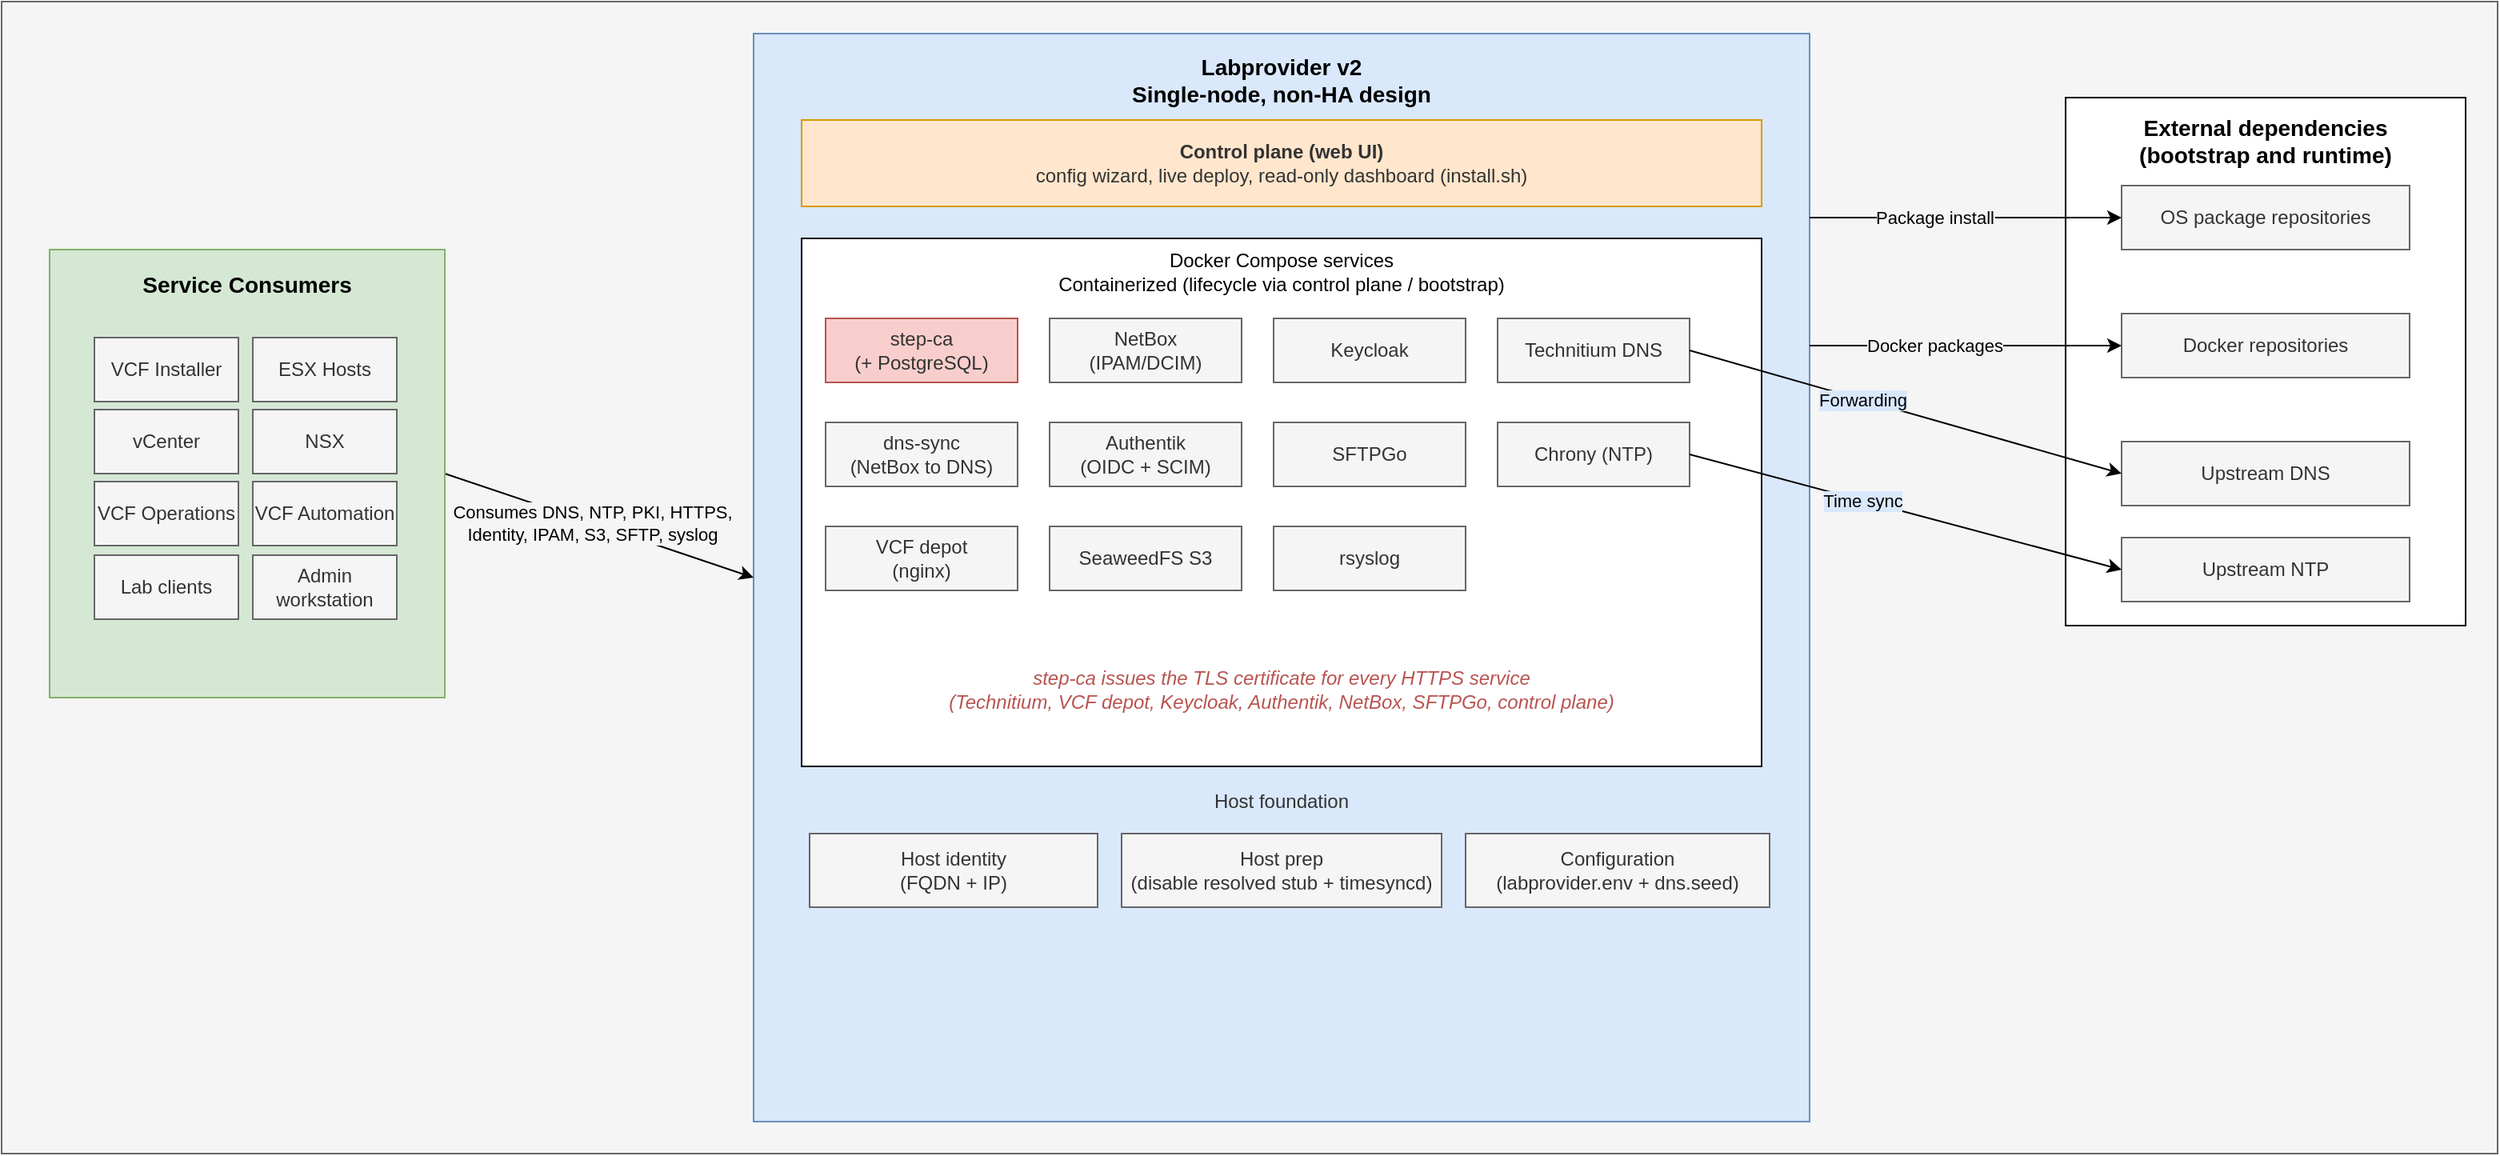
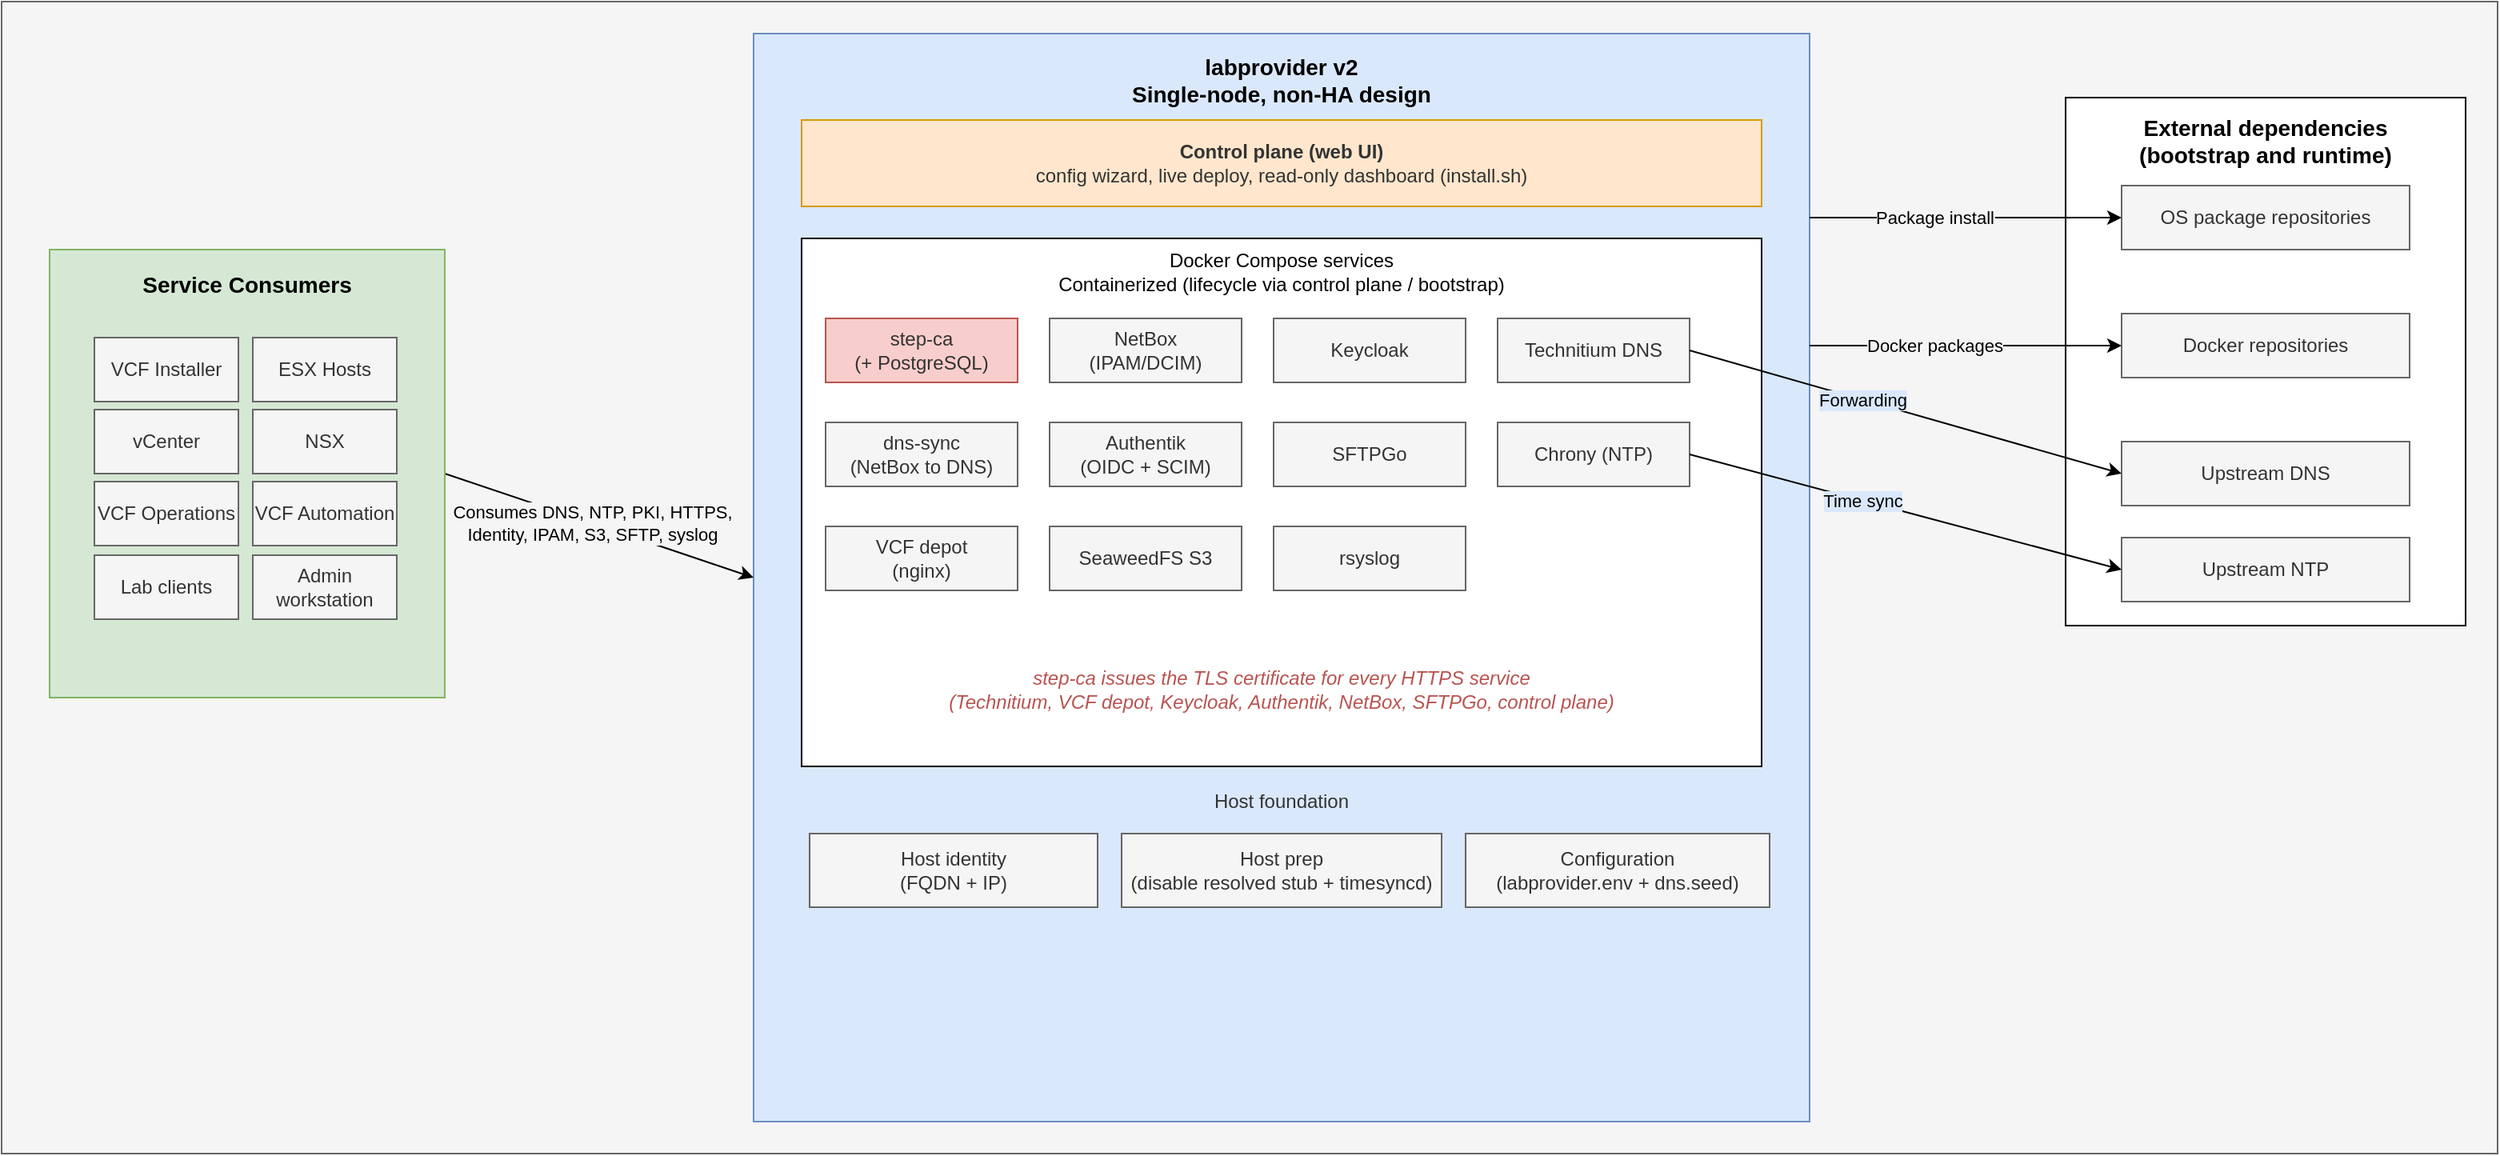
<mxfile host="Electron">
  <diagram name="Sida-1" id="G1gKY7pQrhSaXnUeVu2h">
    <mxGraphModel dx="1300" dy="1007" grid="1" gridSize="10" guides="1" tooltips="1" connect="1" arrows="1" fold="1" page="1" pageScale="1" pageWidth="827" pageHeight="1169" math="0" shadow="0">
      <root>
        <mxCell id="0" />
        <mxCell id="1" parent="0" />
        <mxCell id="bg" parent="1" style="rounded=0;whiteSpace=wrap;html=1;fillColor=#f5f5f5;strokeColor=#666666;fontColor=#333333;" value="" vertex="1">
          <mxGeometry height="720" width="1560" x="90" y="90" as="geometry" />
        </mxCell>
        <mxCell id="pb" parent="1" style="rounded=0;whiteSpace=wrap;html=1;fillColor=#dae8fc;strokeColor=#6c8ebf;" value="" vertex="1">
          <mxGeometry height="680" width="660" x="560" y="110" as="geometry" />
        </mxCell>
-         <mxCell id="pb-title" parent="1" style="text;html=1;whiteSpace=wrap;strokeColor=none;fillColor=none;align=center;verticalAlign=middle;rounded=0;" value="&lt;b&gt;&lt;font style=&quot;font-size: 14px;&quot;&gt;Labprovider v2&lt;br&gt;Single-node, non-HA design&lt;/font&gt;&lt;/b&gt;" vertex="1">
+         <mxCell id="pb-title" parent="1" style="text;html=1;whiteSpace=wrap;strokeColor=none;fillColor=none;align=center;verticalAlign=middle;rounded=0;" value="&lt;b&gt;&lt;font style=&quot;font-size: 14px;&quot;&gt;labprovider v2&lt;br&gt;Single-node, non-HA design&lt;/font&gt;&lt;/b&gt;" vertex="1">
          <mxGeometry height="34" width="220" x="780" y="122" as="geometry" />
        </mxCell>
        <mxCell id="cp" parent="1" style="rounded=0;whiteSpace=wrap;html=1;fillColor=#ffe6cc;strokeColor=#d79b00;fontColor=#333333;" value="&lt;b&gt;Control plane (web UI)&lt;/b&gt;&lt;br&gt;config wizard, live deploy, read-only dashboard (install.sh)" vertex="1">
          <mxGeometry height="54" width="600" x="590" y="164" as="geometry" />
        </mxCell>
        <mxCell id="svc-box" parent="1" style="rounded=0;whiteSpace=wrap;html=1;" value="" vertex="1">
          <mxGeometry height="330" width="600" x="590" y="238" as="geometry" />
        </mxCell>
        <mxCell id="svc-title" parent="1" style="text;html=1;whiteSpace=wrap;strokeColor=none;fillColor=none;align=center;verticalAlign=middle;rounded=0;" value="Docker Compose services&lt;br&gt;Containerized (lifecycle via control plane / bootstrap)" vertex="1">
          <mxGeometry height="30" width="320" x="730" y="244" as="geometry" />
        </mxCell>
        <mxCell id="s-stepca" parent="1" style="rounded=0;whiteSpace=wrap;html=1;fillColor=#f8cecc;strokeColor=#b85450;fontColor=#333333;" value="step-ca&lt;br&gt;(+ PostgreSQL)" vertex="1">
          <mxGeometry height="40" width="120" x="605" y="288" as="geometry" />
        </mxCell>
        <mxCell id="s-netbox" parent="1" style="rounded=0;whiteSpace=wrap;html=1;fillColor=#f5f5f5;fontColor=#333333;strokeColor=#666666;" value="NetBox&lt;br&gt;(IPAM/DCIM)" vertex="1">
          <mxGeometry height="40" width="120" x="745" y="288" as="geometry" />
        </mxCell>
        <mxCell id="s-keycloak" parent="1" style="rounded=0;whiteSpace=wrap;html=1;fillColor=#f5f5f5;fontColor=#333333;strokeColor=#666666;" value="Keycloak" vertex="1">
          <mxGeometry height="40" width="120" x="885" y="288" as="geometry" />
        </mxCell>
        <mxCell id="s-technitium" parent="1" style="rounded=0;whiteSpace=wrap;html=1;fillColor=#f5f5f5;fontColor=#333333;strokeColor=#666666;" value="Technitium DNS" vertex="1">
          <mxGeometry height="40" width="120" x="1025" y="288" as="geometry" />
        </mxCell>
        <mxCell id="s-dnssync" parent="1" style="rounded=0;whiteSpace=wrap;html=1;fillColor=#f5f5f5;fontColor=#333333;strokeColor=#666666;" value="dns-sync&lt;br&gt;(NetBox to DNS)" vertex="1">
          <mxGeometry height="40" width="120" x="605" y="353" as="geometry" />
        </mxCell>
        <mxCell id="s-authentik" parent="1" style="rounded=0;whiteSpace=wrap;html=1;fillColor=#f5f5f5;fontColor=#333333;strokeColor=#666666;" value="Authentik&lt;br&gt;(OIDC + SCIM)" vertex="1">
          <mxGeometry height="40" width="120" x="745" y="353" as="geometry" />
        </mxCell>
        <mxCell id="s-sftp" parent="1" style="rounded=0;whiteSpace=wrap;html=1;fillColor=#f5f5f5;fontColor=#333333;strokeColor=#666666;" value="SFTPGo" vertex="1">
          <mxGeometry height="40" width="120" x="885" y="353" as="geometry" />
        </mxCell>
        <mxCell id="s-chrony" parent="1" style="rounded=0;whiteSpace=wrap;html=1;fillColor=#f5f5f5;fontColor=#333333;strokeColor=#666666;" value="Chrony (NTP)" vertex="1">
          <mxGeometry height="40" width="120" x="1025" y="353" as="geometry" />
        </mxCell>
        <mxCell id="s-depot" parent="1" style="rounded=0;whiteSpace=wrap;html=1;fillColor=#f5f5f5;fontColor=#333333;strokeColor=#666666;" value="VCF depot&lt;br&gt;(nginx)" vertex="1">
          <mxGeometry height="40" width="120" x="605" y="418" as="geometry" />
        </mxCell>
        <mxCell id="s-s3" parent="1" style="rounded=0;whiteSpace=wrap;html=1;fillColor=#f5f5f5;fontColor=#333333;strokeColor=#666666;" value="SeaweedFS S3" vertex="1">
          <mxGeometry height="40" width="120" x="745" y="418" as="geometry" />
        </mxCell>
        <mxCell id="s-rsyslog" parent="1" style="rounded=0;whiteSpace=wrap;html=1;fillColor=#f5f5f5;fontColor=#333333;strokeColor=#666666;" value="rsyslog" vertex="1">
          <mxGeometry height="40" width="120" x="885" y="418" as="geometry" />
        </mxCell>
        <mxCell id="ca-note" parent="1" style="text;html=1;whiteSpace=wrap;strokeColor=none;fillColor=none;align=center;verticalAlign=middle;rounded=0;fontColor=#b85450;fontStyle=2;" value="step-ca issues the TLS certificate for every HTTPS service&lt;br&gt;(Technitium, VCF depot, Keycloak, Authentik, NetBox, SFTPGo, control plane)" vertex="1">
          <mxGeometry height="40" width="560" x="610" y="500" as="geometry" />
        </mxCell>
        <mxCell id="hf-title" parent="1" style="text;html=1;whiteSpace=wrap;strokeColor=none;fillColor=none;align=center;verticalAlign=middle;rounded=0;fontColor=#333333;" value="Host foundation" vertex="1">
          <mxGeometry height="20" width="160" x="810" y="580" as="geometry" />
        </mxCell>
        <mxCell id="hf-identity" parent="1" style="rounded=0;whiteSpace=wrap;html=1;fillColor=#f5f5f5;fontColor=#333333;strokeColor=#666666;" value="Host identity&lt;br&gt;(FQDN + IP)" vertex="1">
          <mxGeometry height="46" width="180" x="595" y="610" as="geometry" />
        </mxCell>
        <mxCell id="hf-prep" parent="1" style="rounded=0;whiteSpace=wrap;html=1;fillColor=#f5f5f5;fontColor=#333333;strokeColor=#666666;" value="Host prep&lt;br&gt;(disable resolved stub + timesyncd)" vertex="1">
          <mxGeometry height="46" width="200" x="790" y="610" as="geometry" />
        </mxCell>
        <mxCell id="hf-config" parent="1" style="rounded=0;whiteSpace=wrap;html=1;fillColor=#f5f5f5;fontColor=#333333;strokeColor=#666666;" value="Configuration&lt;br&gt;(labprovider.env + dns.seed)" vertex="1">
          <mxGeometry height="46" width="190" x="1005" y="610" as="geometry" />
        </mxCell>
        <mxCell id="ext-box" parent="1" style="rounded=0;whiteSpace=wrap;html=1;" value="" vertex="1">
          <mxGeometry height="330" width="250" x="1380" y="150" as="geometry" />
        </mxCell>
        <mxCell id="ext-title" parent="1" style="text;html=1;whiteSpace=wrap;strokeColor=none;fillColor=none;align=center;verticalAlign=middle;rounded=0;" value="&lt;b&gt;&lt;font style=&quot;font-size: 14px;&quot;&gt;External dependencies&lt;br&gt;(bootstrap and runtime)&lt;/font&gt;&lt;/b&gt;" vertex="1">
          <mxGeometry height="30" width="210" x="1400" y="162" as="geometry" />
        </mxCell>
        <mxCell id="ext-ospkg" parent="1" style="rounded=0;whiteSpace=wrap;html=1;fillColor=#f5f5f5;fontColor=#333333;strokeColor=#666666;" value="OS package repositories" vertex="1">
          <mxGeometry height="40" width="180" x="1415" y="205" as="geometry" />
        </mxCell>
        <mxCell id="ext-docker" parent="1" style="rounded=0;whiteSpace=wrap;html=1;fillColor=#f5f5f5;fontColor=#333333;strokeColor=#666666;" value="Docker repositories" vertex="1">
          <mxGeometry height="40" width="180" x="1415" y="285" as="geometry" />
        </mxCell>
        <mxCell id="ext-dns" parent="1" style="rounded=0;whiteSpace=wrap;html=1;fillColor=#f5f5f5;fontColor=#333333;strokeColor=#666666;" value="Upstream DNS" vertex="1">
          <mxGeometry height="40" width="180" x="1415" y="365" as="geometry" />
        </mxCell>
        <mxCell id="ext-ntp" parent="1" style="rounded=0;whiteSpace=wrap;html=1;fillColor=#f5f5f5;fontColor=#333333;strokeColor=#666666;" value="Upstream NTP" vertex="1">
          <mxGeometry height="40" width="180" x="1415" y="425" as="geometry" />
        </mxCell>
        <mxCell id="e-forward" edge="1" parent="1" source="s-technitium" target="ext-dns" style="endArrow=classic;html=1;rounded=0;exitX=1;exitY=0.5;exitDx=0;exitDy=0;entryX=0;entryY=0.5;entryDx=0;entryDy=0;" value="">
          <mxGeometry height="50" relative="1" width="50" as="geometry" />
        </mxCell>
        <mxCell id="e-forward-l" connectable="0" parent="e-forward" style="edgeLabel;html=1;align=center;verticalAlign=middle;resizable=0;points=[];labelBackgroundColor=#dae8fc;" value="Forwarding" vertex="1">
          <mxGeometry relative="1" x="-0.2" as="geometry">
            <mxPoint as="offset" />
          </mxGeometry>
        </mxCell>
        <mxCell id="e-timesync" edge="1" parent="1" source="s-chrony" target="ext-ntp" style="endArrow=classic;html=1;rounded=0;exitX=1;exitY=0.5;exitDx=0;exitDy=0;entryX=0;entryY=0.5;entryDx=0;entryDy=0;" value="">
          <mxGeometry height="50" relative="1" width="50" as="geometry" />
        </mxCell>
        <mxCell id="e-timesync-l" connectable="0" parent="e-timesync" style="edgeLabel;html=1;align=center;verticalAlign=middle;resizable=0;points=[];labelBackgroundColor=#dae8fc;" value="Time sync" vertex="1">
          <mxGeometry relative="1" x="-0.2" as="geometry">
            <mxPoint as="offset" />
          </mxGeometry>
        </mxCell>
        <mxCell id="e-pkg" edge="1" parent="1" target="ext-ospkg" style="endArrow=classic;html=1;rounded=0;entryX=0;entryY=0.5;entryDx=0;entryDy=0;" value="">
          <mxGeometry height="50" relative="1" width="50" as="geometry">
            <mxPoint x="1220" y="225" as="sourcePoint" />
          </mxGeometry>
        </mxCell>
        <mxCell id="e-pkg-l" connectable="0" parent="e-pkg" style="edgeLabel;html=1;align=center;verticalAlign=middle;resizable=0;points=[];labelBackgroundColor=#f5f5f5;" value="Package install" vertex="1">
          <mxGeometry relative="1" x="-0.2" as="geometry">
            <mxPoint as="offset" />
          </mxGeometry>
        </mxCell>
        <mxCell id="e-dockerpkg" edge="1" parent="1" target="ext-docker" style="endArrow=classic;html=1;rounded=0;entryX=0;entryY=0.5;entryDx=0;entryDy=0;" value="">
          <mxGeometry height="50" relative="1" width="50" as="geometry">
            <mxPoint x="1220" y="305" as="sourcePoint" />
          </mxGeometry>
        </mxCell>
        <mxCell id="e-dockerpkg-l" connectable="0" parent="e-dockerpkg" style="edgeLabel;html=1;align=center;verticalAlign=middle;resizable=0;points=[];labelBackgroundColor=#f5f5f5;" value="Docker packages" vertex="1">
          <mxGeometry relative="1" x="-0.2" as="geometry">
            <mxPoint as="offset" />
          </mxGeometry>
        </mxCell>
        <mxCell id="e-consume" edge="1" parent="1" source="sc-box" target="pb" style="endArrow=classic;html=1;rounded=0;exitX=1;exitY=0.5;exitDx=0;exitDy=0;entryX=0;entryY=0.5;entryDx=0;entryDy=0;" value="">
          <mxGeometry height="50" relative="1" width="50" as="geometry" />
        </mxCell>
        <mxCell id="e-consume-l" connectable="0" parent="e-consume" style="edgeLabel;html=1;align=center;verticalAlign=middle;resizable=0;points=[];labelBackgroundColor=#f5f5f5;" value="Consumes DNS, NTP, PKI, HTTPS,&lt;br&gt;Identity, IPAM, S3, SFTP, syslog" vertex="1">
          <mxGeometry relative="1" x="-0.05" y="-1" as="geometry">
            <mxPoint x="1" y="-1" as="offset" />
          </mxGeometry>
        </mxCell>
        <mxCell id="sc-group" parent="1" style="group" vertex="1" connectable="0">
          <mxGeometry height="280" width="247" x="120" y="245" as="geometry" />
        </mxCell>
        <mxCell id="sc-box" parent="sc-group" style="rounded=0;whiteSpace=wrap;html=1;fillColor=#d5e8d4;strokeColor=#82b366;" value="" vertex="1">
          <mxGeometry height="280" width="247" as="geometry" />
        </mxCell>
        <mxCell id="sc-title" parent="sc-group" style="text;html=1;whiteSpace=wrap;strokeColor=none;fillColor=none;align=center;verticalAlign=middle;rounded=0;" value="&lt;b&gt;&lt;font style=&quot;font-size: 14px;&quot;&gt;Service Consumers&lt;/font&gt;&lt;/b&gt;" vertex="1">
          <mxGeometry height="30" width="139" x="54" y="7" as="geometry" />
        </mxCell>
        <mxCell id="sc-vcfi" parent="sc-group" style="rounded=0;whiteSpace=wrap;html=1;fillColor=#f5f5f5;fontColor=#333333;strokeColor=#666666;" value="VCF Installer" vertex="1">
          <mxGeometry height="40" width="90" x="28" y="55" as="geometry" />
        </mxCell>
        <mxCell id="sc-esx" parent="sc-group" style="rounded=0;whiteSpace=wrap;html=1;fillColor=#f5f5f5;fontColor=#333333;strokeColor=#666666;" value="ESX Hosts" vertex="1">
          <mxGeometry height="40" width="90" x="127" y="55" as="geometry" />
        </mxCell>
        <mxCell id="sc-vc" parent="sc-group" style="rounded=0;whiteSpace=wrap;html=1;fillColor=#f5f5f5;fontColor=#333333;strokeColor=#666666;" value="vCenter" vertex="1">
          <mxGeometry height="40" width="90" x="28" y="100" as="geometry" />
        </mxCell>
        <mxCell id="sc-nsx" parent="sc-group" style="rounded=0;whiteSpace=wrap;html=1;fillColor=#f5f5f5;fontColor=#333333;strokeColor=#666666;" value="NSX" vertex="1">
          <mxGeometry height="40" width="90" x="127" y="100" as="geometry" />
        </mxCell>
        <mxCell id="sc-vcfops" parent="sc-group" style="rounded=0;whiteSpace=wrap;html=1;fillColor=#f5f5f5;fontColor=#333333;strokeColor=#666666;" value="VCF Operations" vertex="1">
          <mxGeometry height="40" width="90" x="28" y="145" as="geometry" />
        </mxCell>
        <mxCell id="sc-vcfauto" parent="sc-group" style="rounded=0;whiteSpace=wrap;html=1;fillColor=#f5f5f5;fontColor=#333333;strokeColor=#666666;" value="VCF Automation" vertex="1">
          <mxGeometry height="40" width="90" x="127" y="145" as="geometry" />
        </mxCell>
        <mxCell id="sc-lab" parent="sc-group" style="rounded=0;whiteSpace=wrap;html=1;fillColor=#f5f5f5;fontColor=#333333;strokeColor=#666666;" value="Lab clients" vertex="1">
          <mxGeometry height="40" width="90" x="28" y="191" as="geometry" />
        </mxCell>
        <mxCell id="sc-admin" parent="sc-group" style="rounded=0;whiteSpace=wrap;html=1;fillColor=#f5f5f5;fontColor=#333333;strokeColor=#666666;" value="Admin&lt;br&gt;workstation" vertex="1">
          <mxGeometry height="40" width="90" x="127" y="191" as="geometry" />
        </mxCell>
      </root>
    </mxGraphModel>
  </diagram>
</mxfile>
